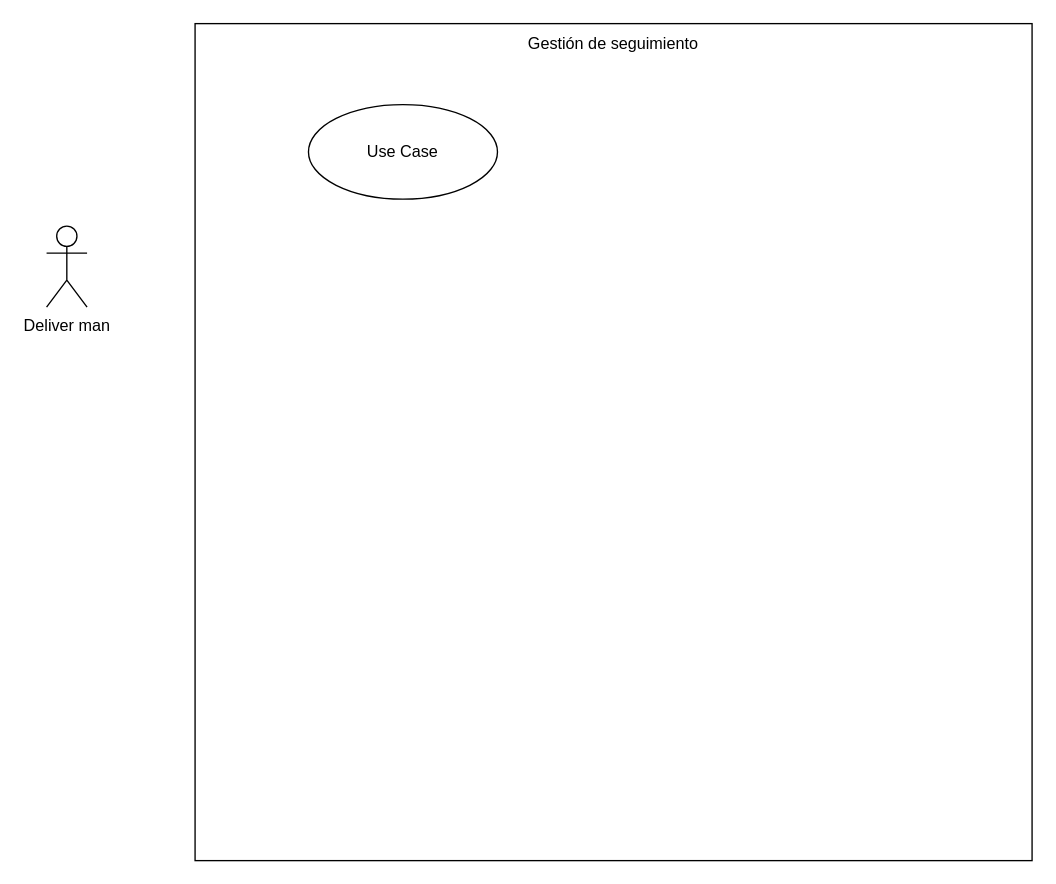
The draw.io diagram Diagramas/CasoDeUsoJorge.drawio in JorgeADnro/Torres, before the edit. Source tidied: cells renumbered, new cells numbered last; positions are measured from the earlier drawing's top-left corner, leaving out a move shared by most shapes. Both pictures are drawn from the tidied source at 135%, with x=0, y=0 at pixel (46, 23).
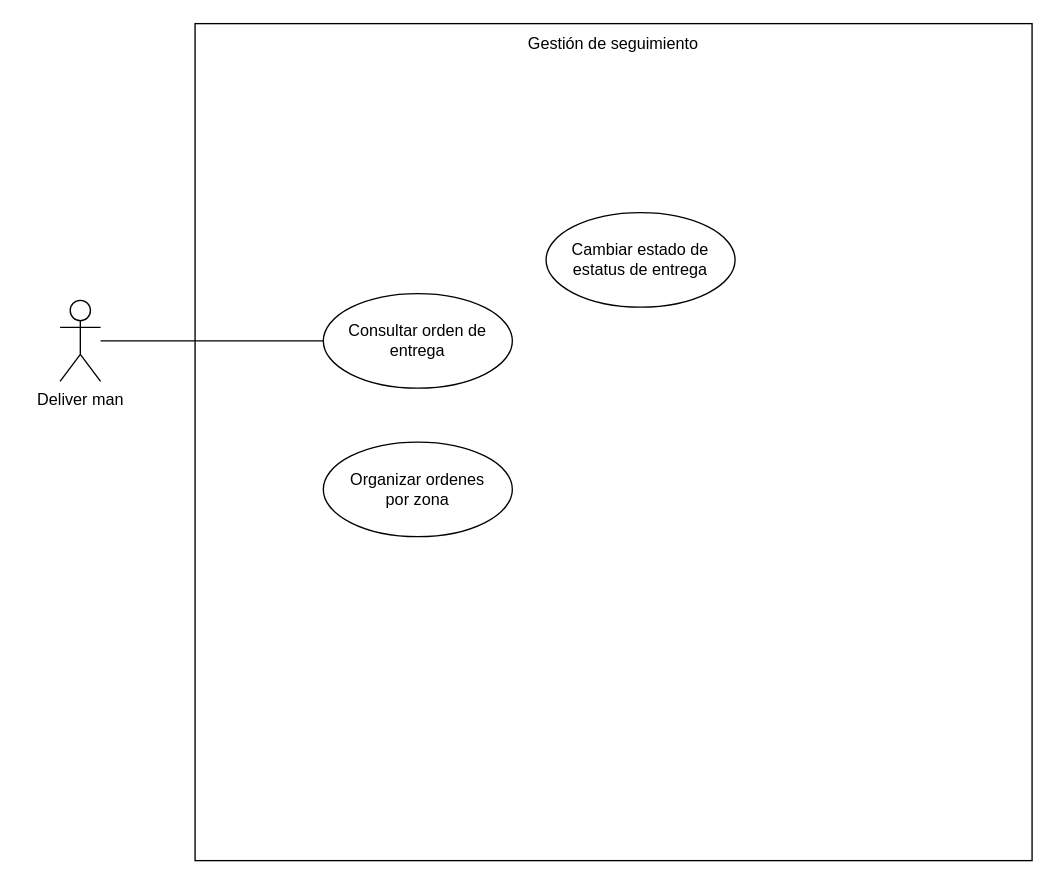
The same diagram, later.

What changed in the source:
```diff
@@
 <mxGraphModel>
   <root>
     <mxCell id="0" />
     <mxCell id="1" parent="0" />
     <mxCell id="2" style="whiteSpace=wrap;html=1;" parent="1" vertex="1">
       <mxGeometry x="110" width="620" height="620" as="geometry" />
     </mxCell>
     <mxCell id="3" value="Deliver man" style="shape=umlActor;verticalLabelPosition=bottom;verticalAlign=top;html=1;outlineConnect=0;" parent="1" vertex="1">
-      <mxGeometry y="150" width="30" height="60" as="geometry" />
+      <mxGeometry x="10" y="205" width="30" height="60" as="geometry" />
     </mxCell>
-    <mxCell id="4" value="Use Case" style="ellipse;whiteSpace=wrap;html=1;" parent="1" vertex="1">
-      <mxGeometry x="194" y="60" width="140" height="70" as="geometry" />
+    <mxCell id="4" value="Consultar orden de entrega" style="ellipse;whiteSpace=wrap;html=1;" parent="1" vertex="1">
+      <mxGeometry x="205" y="200" width="140" height="70" as="geometry" />
     </mxCell>
     <mxCell id="5" value="Gestión de seguimiento" style="text;html=1;strokeColor=none;fillColor=none;align=center;verticalAlign=middle;whiteSpace=wrap;rounded=0;" parent="1" vertex="1">
       <mxGeometry x="345" width="150" height="30" as="geometry" />
     </mxCell>
+    <mxCell id="6" value="Cambiar estado de estatus de entrega" style="ellipse;whiteSpace=wrap;html=1;" parent="1" vertex="1">
+      <mxGeometry x="370" y="140" width="140" height="70" as="geometry" />
+    </mxCell>
+    <mxCell id="7" value="Organizar ordenes&lt;br&gt;por zona" style="ellipse;whiteSpace=wrap;html=1;" parent="1" vertex="1">
+      <mxGeometry x="205" y="310" width="140" height="70" as="geometry" />
+    </mxCell>
+    <mxCell id="8" style="endArrow=none;html=1;rounded=0;" parent="1" edge="1" source="4" target="3">
+      <mxGeometry relative="1" as="geometry" />
+    </mxCell>
   </root>
 </mxGraphModel>
```
